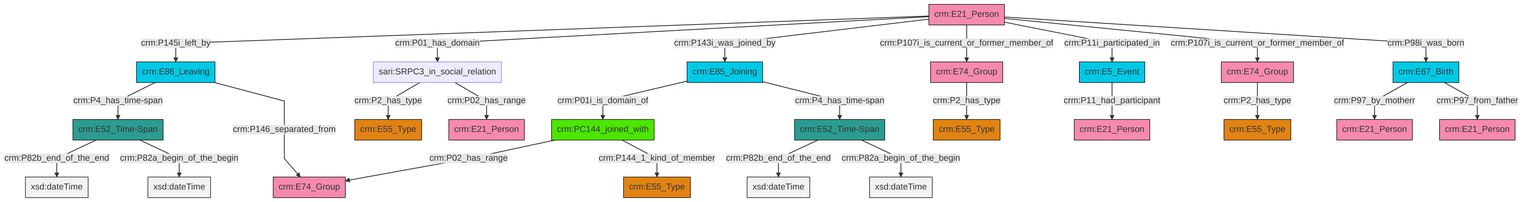
Above: et/personCSV/ttl/mmd/png/Person_Actor_Relations.png in swiss-art-research-net/reference-data-models (Mermaid), before the change. Its source is kept beside it as et/personCSV/ttl/mmd/Person_Actor_Relations.ttl.mmd.
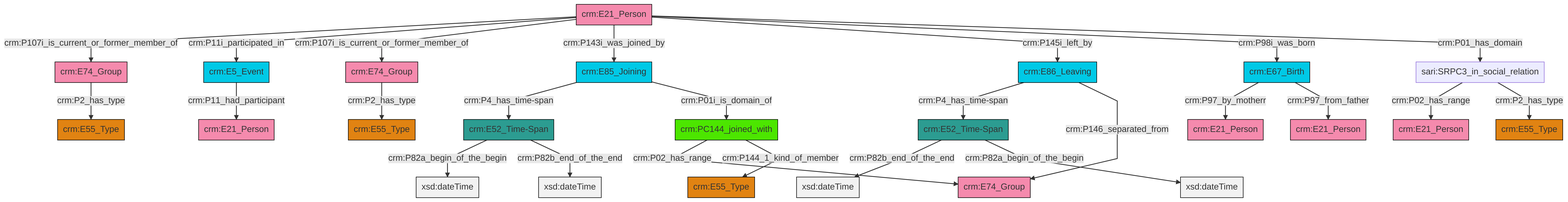
After the change.

The edit, as a diff of the source:
```diff
@@ -13,27 +13,27 @@
 classDef PC_Classes fill:#4ce600, stroke:#000000;
 classDef Multi fill:#cccccc,stroke:#000000;
 
-2["crm:E67_Birth"]:::Temporal_Entity -->|crm:P97_by_motherr| 3["crm:E21_Person"]:::Actor
-4["crm:E85_Joining"]:::Temporal_Entity -->|crm:P01i_is_domain_of| 5["crm:PC144_joined_with"]:::PC_Classes
-13["sari:SRPC3_in_social_relation"]:::Default -->|crm:P2_has_type| 14["crm:E55_Type"]:::Type
-15["crm:E74_Group"]:::Actor -->|crm:P2_has_type| 16["crm:E55_Type"]:::Type
-20["crm:E21_Person"]:::Actor -->|crm:P145i_left_by| 21["crm:E86_Leaving"]:::Temporal_Entity
-5["crm:PC144_joined_with"]:::PC_Classes -->|crm:P02_has_range| 22["crm:E74_Group"]:::Actor
-20["crm:E21_Person"]:::Actor -->|crm:P01_has_domain| 13["sari:SRPC3_in_social_relation"]:::Default
-21["crm:E86_Leaving"]:::Temporal_Entity -->|crm:P4_has_time-span| 0["crm:E52_Time-Span"]:::Time-Span
-5["crm:PC144_joined_with"]:::PC_Classes -->|crm:P144_1_kind_of_member| 11["crm:E55_Type"]:::Type
-2["crm:E67_Birth"]:::Temporal_Entity -->|crm:P97_from_father| 8["crm:E21_Person"]:::Actor
-20["crm:E21_Person"]:::Actor -->|crm:P143i_was_joined_by| 4["crm:E85_Joining"]:::Temporal_Entity
-13["sari:SRPC3_in_social_relation"]:::Default -->|crm:P02_has_range| 28["crm:E21_Person"]:::Actor
-6["crm:E74_Group"]:::Actor -->|crm:P2_has_type| 17["crm:E55_Type"]:::Type
-31["crm:E5_Event"]:::Temporal_Entity -->|crm:P11_had_participant| 24["crm:E21_Person"]:::Actor
-0["crm:E52_Time-Span"]:::Time-Span -->|crm:P82b_end_of_the_end| 32[xsd:dateTime]:::Literal
-21["crm:E86_Leaving"]:::Temporal_Entity -->|crm:P146_separated_from| 22["crm:E74_Group"]:::Actor
-20["crm:E21_Person"]:::Actor -->|crm:P107i_is_current_or_former_member_of| 15["crm:E74_Group"]:::Actor
-20["crm:E21_Person"]:::Actor -->|crm:P11i_participated_in| 31["crm:E5_Event"]:::Temporal_Entity
-4["crm:E85_Joining"]:::Temporal_Entity -->|crm:P4_has_time-span| 36["crm:E52_Time-Span"]:::Time-Span
-20["crm:E21_Person"]:::Actor -->|crm:P107i_is_current_or_former_member_of| 6["crm:E74_Group"]:::Actor
-36["crm:E52_Time-Span"]:::Time-Span -->|crm:P82b_end_of_the_end| 39[xsd:dateTime]:::Literal
-20["crm:E21_Person"]:::Actor -->|crm:P98i_was_born| 2["crm:E67_Birth"]:::Temporal_Entity
-36["crm:E52_Time-Span"]:::Time-Span -->|crm:P82a_begin_of_the_begin| 41[xsd:dateTime]:::Literal
-0["crm:E52_Time-Span"]:::Time-Span -->|crm:P82a_begin_of_the_begin| 43[xsd:dateTime]:::Literal
+0["crm:E86_Leaving"]:::Temporal_Entity -->|crm:P4_has_time-span| 1["crm:E52_Time-Span"]:::Time-Span
+2["crm:E85_Joining"]:::Temporal_Entity -->|crm:P4_has_time-span| 6["crm:E52_Time-Span"]:::Time-Span
+7["crm:E5_Event"]:::Temporal_Entity -->|crm:P11_had_participant| 8["crm:E21_Person"]:::Actor
+9["crm:E21_Person"]:::Actor -->|crm:P107i_is_current_or_former_member_of| 10["crm:E74_Group"]:::Actor
+1["crm:E52_Time-Span"]:::Time-Span -->|crm:P82b_end_of_the_end| 13[xsd:dateTime]:::Literal
+4["crm:PC144_joined_with"]:::PC_Classes -->|crm:P02_has_range| 16["crm:E74_Group"]:::Actor
+1["crm:E52_Time-Span"]:::Time-Span -->|crm:P82a_begin_of_the_begin| 20[xsd:dateTime]:::Literal
+9["crm:E21_Person"]:::Actor -->|crm:P11i_participated_in| 7["crm:E5_Event"]:::Temporal_Entity
+4["crm:PC144_joined_with"]:::PC_Classes -->|crm:P144_1_kind_of_member| 24["crm:E55_Type"]:::Type
+25["crm:E74_Group"]:::Actor -->|crm:P2_has_type| 18["crm:E55_Type"]:::Type
+11["sari:SRPC3_in_social_relation"]:::Default -->|crm:P02_has_range| 26["crm:E21_Person"]:::Actor
+9["crm:E21_Person"]:::Actor -->|crm:P107i_is_current_or_former_member_of| 25["crm:E74_Group"]:::Actor
+9["crm:E21_Person"]:::Actor -->|crm:P143i_was_joined_by| 2["crm:E85_Joining"]:::Temporal_Entity
+9["crm:E21_Person"]:::Actor -->|crm:P145i_left_by| 0["crm:E86_Leaving"]:::Temporal_Entity
+27["crm:E67_Birth"]:::Temporal_Entity -->|crm:P97_by_motherr| 14["crm:E21_Person"]:::Actor
+9["crm:E21_Person"]:::Actor -->|crm:P98i_was_born| 27["crm:E67_Birth"]:::Temporal_Entity
+10["crm:E74_Group"]:::Actor -->|crm:P2_has_type| 30["crm:E55_Type"]:::Type
+27["crm:E67_Birth"]:::Temporal_Entity -->|crm:P97_from_father| 33["crm:E21_Person"]:::Actor
+9["crm:E21_Person"]:::Actor -->|crm:P01_has_domain| 11["sari:SRPC3_in_social_relation"]:::Default
+2["crm:E85_Joining"]:::Temporal_Entity -->|crm:P01i_is_domain_of| 4["crm:PC144_joined_with"]:::PC_Classes
+11["sari:SRPC3_in_social_relation"]:::Default -->|crm:P2_has_type| 34["crm:E55_Type"]:::Type
+0["crm:E86_Leaving"]:::Temporal_Entity -->|crm:P146_separated_from| 16["crm:E74_Group"]:::Actor
+6["crm:E52_Time-Span"]:::Time-Span -->|crm:P82a_begin_of_the_begin| 43[xsd:dateTime]:::Literal
+6["crm:E52_Time-Span"]:::Time-Span -->|crm:P82b_end_of_the_end| 45[xsd:dateTime]:::Literal
```
